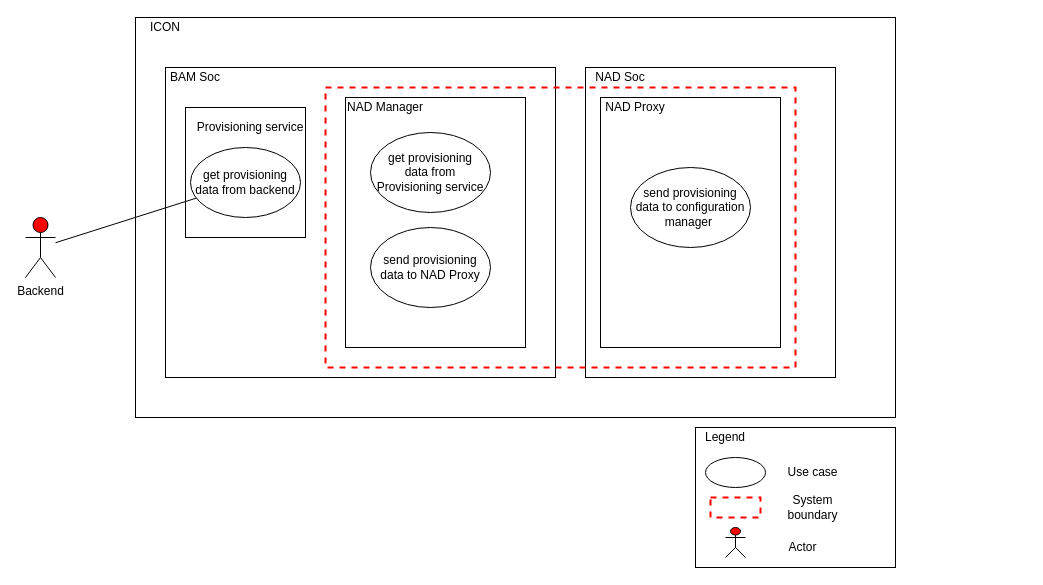
This is page "provisioning2" (8 of 11) of doc/SA cert/Design/usecase.drawio from taikt/codefun, a draw.io file, before an edit. Source tidied: cells renumbered, new cells numbered last; positions are measured from the earlier drawing's top-left corner, leaving out a move shared by most shapes. Both pictures are drawn from the tidied source at 100%, with x=0, y=0 at pixel (25, 17).
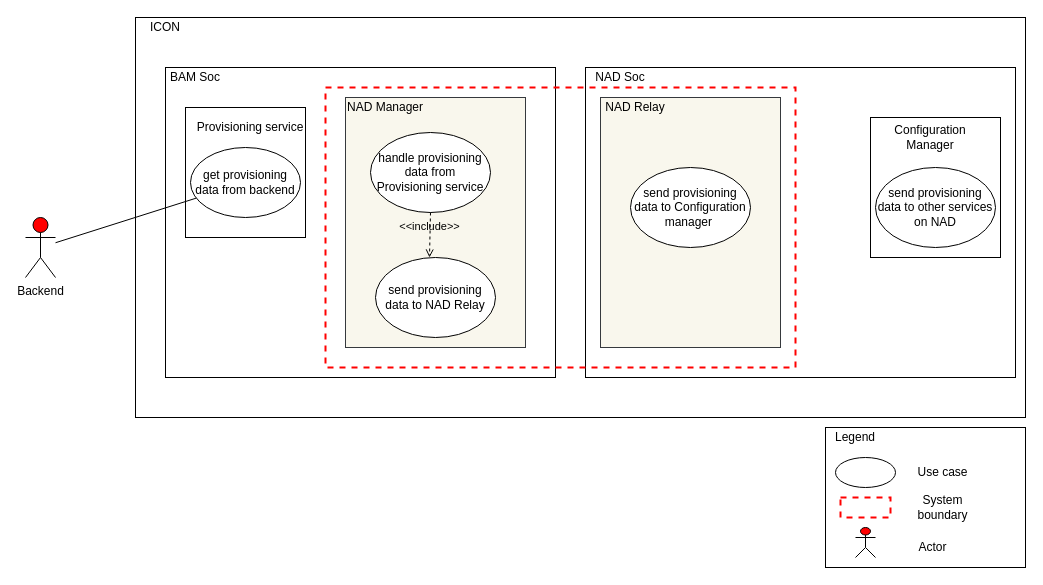
The same diagram, later.

The edit, as a diff of the source:
```diff
@@
     <mxCell id="3" style="rounded=0;whiteSpace=wrap;html=1;" parent="1" vertex="1">
-      <mxGeometry x="110" width="760" height="400" as="geometry" />
+      <mxGeometry x="110" width="890" height="400" as="geometry" />
     </mxCell>
@@
     <mxCell id="5" style="rounded=0;whiteSpace=wrap;html=1;" parent="1" vertex="1">
-      <mxGeometry x="560" y="50" width="250" height="310" as="geometry" />
+      <mxGeometry x="560" y="50" width="430" height="310" as="geometry" />
     </mxCell>
@@
-    <mxCell id="9" style="rounded=0;whiteSpace=wrap;html=1;" parent="1" vertex="1">
+    <mxCell id="9" style="rounded=0;whiteSpace=wrap;html=1;fillColor=#f9f7ed;strokeColor=#36393d;" parent="1" vertex="1">
       <mxGeometry x="320" y="80" width="180" height="250" as="geometry" />
     </mxCell>
@@
-    <mxCell id="11" value="get provisioning &lt;br&gt;data from Provisioning service" style="ellipse;whiteSpace=wrap;html=1;" parent="1" vertex="1">
+    <mxCell id="11" value="handle provisioning &lt;br&gt;data from Provisioning service" style="ellipse;whiteSpace=wrap;html=1;" parent="1" vertex="1">
       <mxGeometry x="345" y="115" width="120" height="80" as="geometry" />
     </mxCell>
-    <mxCell id="12" style="rounded=0;whiteSpace=wrap;html=1;" parent="1" vertex="1">
+    <mxCell id="12" style="rounded=0;whiteSpace=wrap;html=1;fillColor=#f9f7ed;strokeColor=#36393d;" parent="1" vertex="1">
       <mxGeometry x="575" y="80" width="180" height="250" as="geometry" />
     </mxCell>
-    <mxCell id="13" value="NAD Proxy" style="text;html=1;strokeColor=none;fillColor=none;align=center;verticalAlign=middle;whiteSpace=wrap;rounded=0;" parent="1" vertex="1">
+    <mxCell id="13" value="NAD Relay" style="text;html=1;strokeColor=none;fillColor=none;align=center;verticalAlign=middle;whiteSpace=wrap;rounded=0;" parent="1" vertex="1">
       <mxGeometry x="560" y="80" width="100" height="20" as="geometry" />
     </mxCell>
-    <mxCell id="14" value="send provisioning data to configuration manager&amp;nbsp;" style="ellipse;whiteSpace=wrap;html=1;" parent="1" vertex="1">
+    <mxCell id="14" value="send provisioning data to Configuration manager&amp;nbsp;" style="ellipse;whiteSpace=wrap;html=1;" parent="1" vertex="1">
       <mxGeometry x="605" y="150" width="120" height="80" as="geometry" />
     </mxCell>
@@
-    <mxCell id="21" value="send provisioning data to NAD Proxy" style="ellipse;whiteSpace=wrap;html=1;" parent="1" vertex="1">
-      <mxGeometry x="345" y="210" width="120" height="80" as="geometry" />
+    <mxCell id="21" value="send provisioning data to NAD Relay" style="ellipse;whiteSpace=wrap;html=1;" parent="1" vertex="1">
+      <mxGeometry x="350" y="240" width="120" height="80" as="geometry" />
     </mxCell>
     <mxCell id="22" style="rounded=0;whiteSpace=wrap;html=1;strokeWidth=1;fillColor=none;" parent="1" vertex="1">
-      <mxGeometry x="670" y="410" width="200" height="140" as="geometry" />
+      <mxGeometry x="800" y="410" width="200" height="140" as="geometry" />
     </mxCell>
     <mxCell id="23" style="ellipse;whiteSpace=wrap;html=1;strokeColor=#000000;strokeWidth=1;fillColor=none;" parent="1" vertex="1">
-      <mxGeometry x="680" y="440" width="60" height="30" as="geometry" />
+      <mxGeometry x="810" y="440" width="60" height="30" as="geometry" />
     </mxCell>
     <mxCell id="24" value="Use case" style="text;html=1;strokeColor=none;fillColor=none;align=center;verticalAlign=middle;whiteSpace=wrap;rounded=0;" parent="1" vertex="1">
-      <mxGeometry x="755" y="445" width="65" height="20" as="geometry" />
+      <mxGeometry x="885" y="445" width="65" height="20" as="geometry" />
     </mxCell>
     <mxCell id="25" style="rounded=0;whiteSpace=wrap;html=1;fillColor=none;strokeColor=#FF0000;dashed=1;strokeWidth=2;" parent="1" vertex="1">
-      <mxGeometry x="685" y="480" width="50" height="20" as="geometry" />
+      <mxGeometry x="815" y="480" width="50" height="20" as="geometry" />
     </mxCell>
     <mxCell id="26" value="System boundary" style="text;html=1;strokeColor=none;fillColor=none;align=center;verticalAlign=middle;whiteSpace=wrap;rounded=0;" parent="1" vertex="1">
-      <mxGeometry x="755" y="480" width="65" height="20" as="geometry" />
+      <mxGeometry x="885" y="480" width="65" height="20" as="geometry" />
     </mxCell>
     <mxCell id="27" style="shape=umlActor;verticalLabelPosition=bottom;verticalAlign=top;html=1;fillColor=#FF0000;" parent="1" vertex="1">
-      <mxGeometry x="700" y="510" width="20" height="30" as="geometry" />
+      <mxGeometry x="830" y="510" width="20" height="30" as="geometry" />
     </mxCell>
     <mxCell id="28" value="Actor" style="text;html=1;strokeColor=none;fillColor=none;align=center;verticalAlign=middle;whiteSpace=wrap;rounded=0;" parent="1" vertex="1">
-      <mxGeometry x="745" y="520" width="65" height="20" as="geometry" />
+      <mxGeometry x="875" y="520" width="65" height="20" as="geometry" />
     </mxCell>
     <mxCell id="29" value="Legend" style="text;html=1;strokeColor=none;fillColor=none;align=center;verticalAlign=middle;whiteSpace=wrap;rounded=0;" parent="1" vertex="1">
-      <mxGeometry x="680" y="410" width="40" height="20" as="geometry" />
+      <mxGeometry x="810" y="410" width="40" height="20" as="geometry" />
     </mxCell>
+    <mxCell id="30" value="&amp;lt;&amp;lt;include&amp;gt;&amp;gt;" style="edgeStyle=none;html=1;endArrow=open;verticalAlign=bottom;dashed=1;labelBackgroundColor=none;exitX=0.5;exitY=1;exitDx=0;exitDy=0;entryX=0.45;entryY=0;entryDx=0;entryDy=0;entryPerimeter=0;" parent="1" edge="1" source="11" target="21">
+      <mxGeometry relative="1" as="geometry" />
+    </mxCell>
+    <mxCell id="31" style="rounded=0;whiteSpace=wrap;html=1;" parent="1" vertex="1">
+      <mxGeometry x="845" y="100" width="130" height="140" as="geometry" />
+    </mxCell>
+    <mxCell id="32" value="Configuration Manager" style="text;html=1;strokeColor=none;fillColor=none;align=center;verticalAlign=middle;whiteSpace=wrap;rounded=0;" parent="1" vertex="1">
+      <mxGeometry x="850" y="110" width="110" height="20" as="geometry" />
+    </mxCell>
+    <mxCell id="33" value="send provisioning data to other services on NAD" style="ellipse;whiteSpace=wrap;html=1;" parent="1" vertex="1">
+      <mxGeometry x="850" y="150" width="120" height="80" as="geometry" />
+    </mxCell>
```
